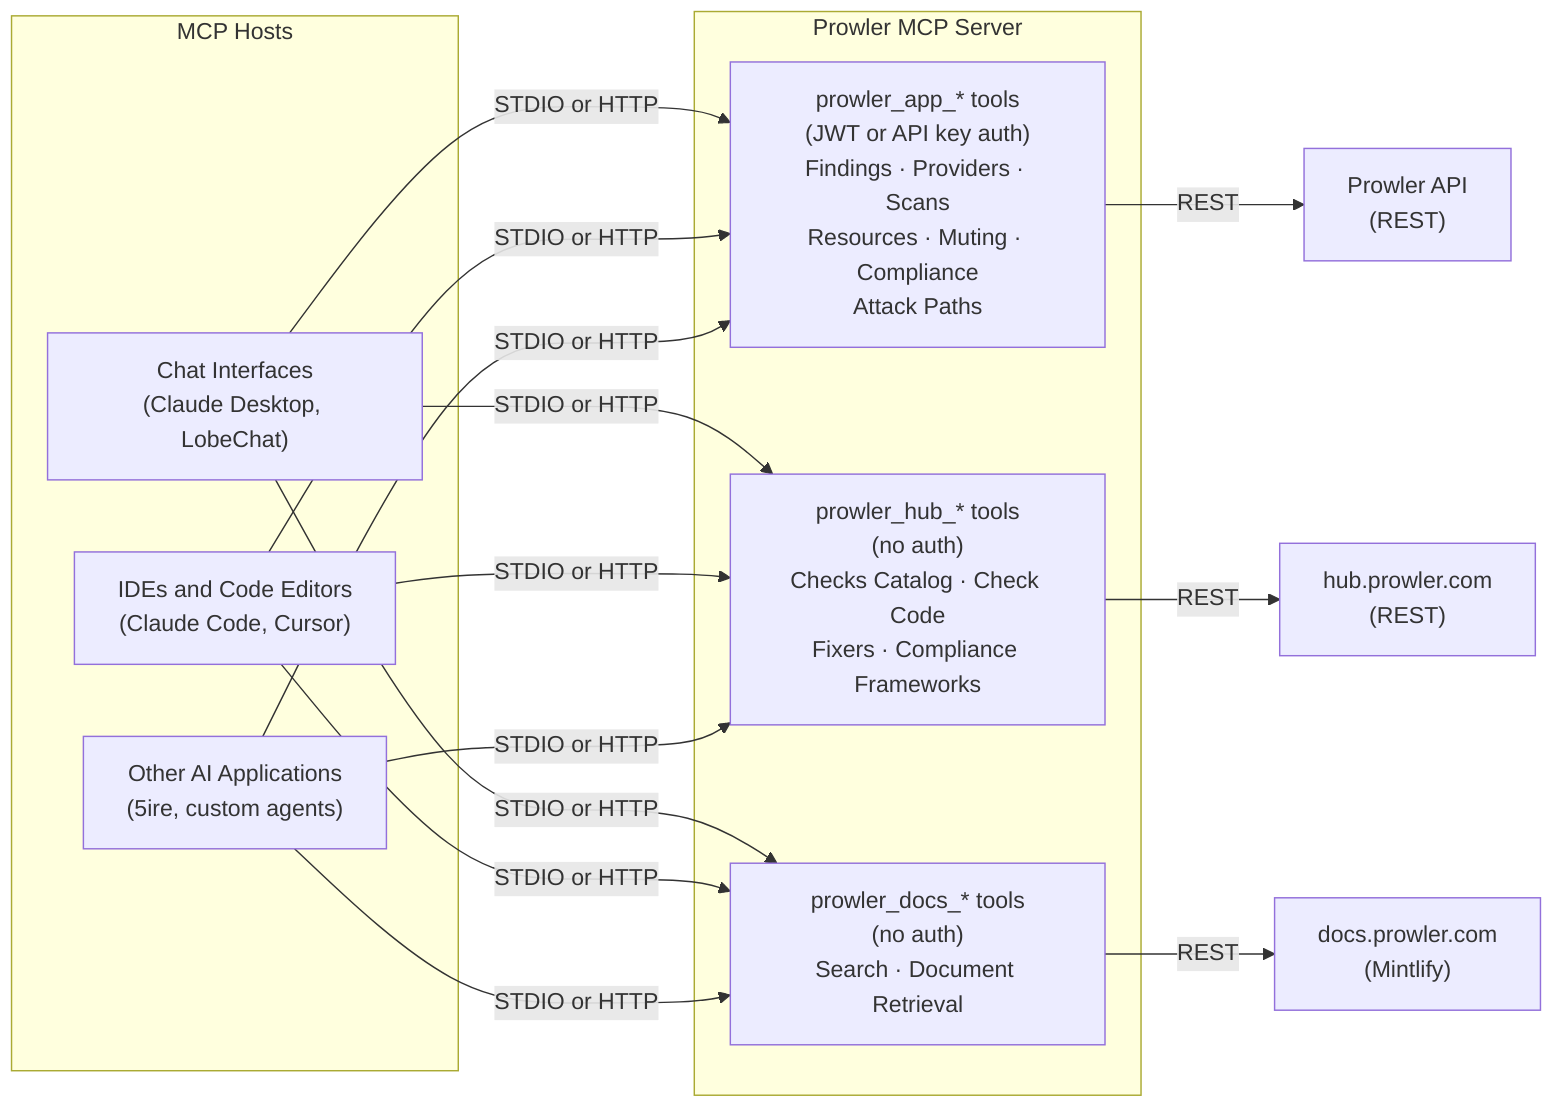
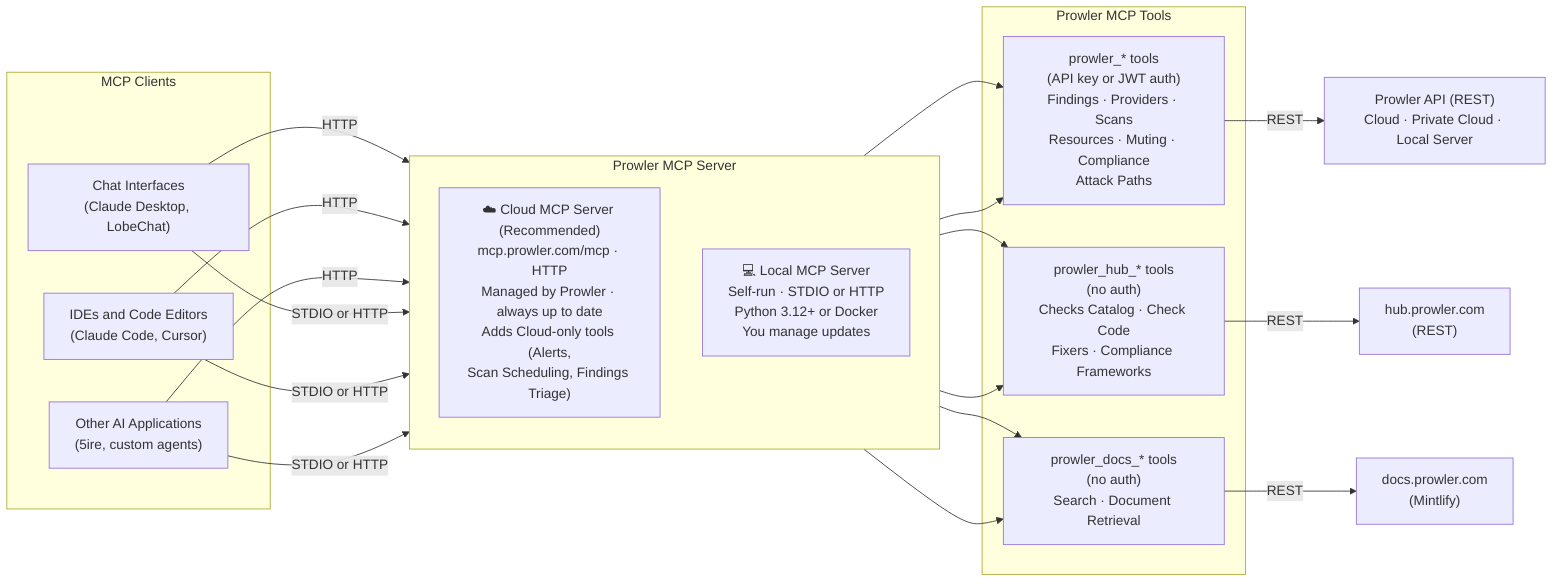
flowchart LR
-     subgraph HOSTS["MCP Hosts"]
+     subgraph HOSTS["MCP Clients"]
        chat["Chat Interfaces<br/>(Claude Desktop, LobeChat)"]
        ide["IDEs and Code Editors<br/>(Claude Code, Cursor)"]
        apps["Other AI Applications<br/>(5ire, custom agents)"]
    end

-     subgraph MCP["Prowler MCP Server"]
-         app_tools["prowler_app_* tools<br/>(JWT or API key auth)<br/>Findings · Providers · Scans<br/>Resources · Muting · Compliance<br/>Attack Paths"]
+     subgraph SERVERS["Prowler MCP Server"]
+         direction TB
+         cloud["☁️ Cloud MCP Server (Recommended)<br/>mcp.prowler.com/mcp · HTTP<br/>Managed by Prowler · always up to date<br/>Adds Cloud-only tools (Alerts,<br/>Scan Scheduling, Findings Triage)"]
+         local["💻 Local MCP Server<br/>Self-run · STDIO or HTTP<br/>Python 3.12+ or Docker<br/>You manage updates"]
+     end
+ 
+     subgraph TOOLS["Prowler MCP Tools"]
+         prowler_tools["prowler_* tools<br/>(API key or JWT auth)<br/>Findings · Providers · Scans<br/>Resources · Muting · Compliance<br/>Attack Paths"]
        hub_tools["prowler_hub_* tools<br/>(no auth)<br/>Checks Catalog · Check Code<br/>Fixers · Compliance Frameworks"]
        docs_tools["prowler_docs_* tools<br/>(no auth)<br/>Search · Document Retrieval"]
    end

-     api["Prowler API<br/>(REST)"]
+     api["Prowler API (REST)<br/>Cloud · Private Cloud · Local Server"]
    hub["hub.prowler.com<br/>(REST)"]
    docs["docs.prowler.com<br/>(Mintlify)"]

-     chat -->|STDIO or HTTP| app_tools
-     chat -->|STDIO or HTTP| hub_tools
-     chat -->|STDIO or HTTP| docs_tools
-     ide -->|STDIO or HTTP| app_tools
-     ide -->|STDIO or HTTP| hub_tools
-     ide -->|STDIO or HTTP| docs_tools
-     apps -->|STDIO or HTTP| app_tools
-     apps -->|STDIO or HTTP| hub_tools
-     apps -->|STDIO or HTTP| docs_tools
-     app_tools -->|REST| api
+     chat -->|HTTP| cloud
+     ide -->|HTTP| cloud
+     apps -->|HTTP| cloud
+     chat -->|STDIO or HTTP| local
+     ide -->|STDIO or HTTP| local
+     apps -->|STDIO or HTTP| local
+ 
+     cloud --> prowler_tools
+     cloud --> hub_tools
+     cloud --> docs_tools
+     local --> prowler_tools
+     local --> hub_tools
+     local --> docs_tools
+ 
+     prowler_tools -->|REST| api
    hub_tools -->|REST| hub
    docs_tools -->|REST| docs
